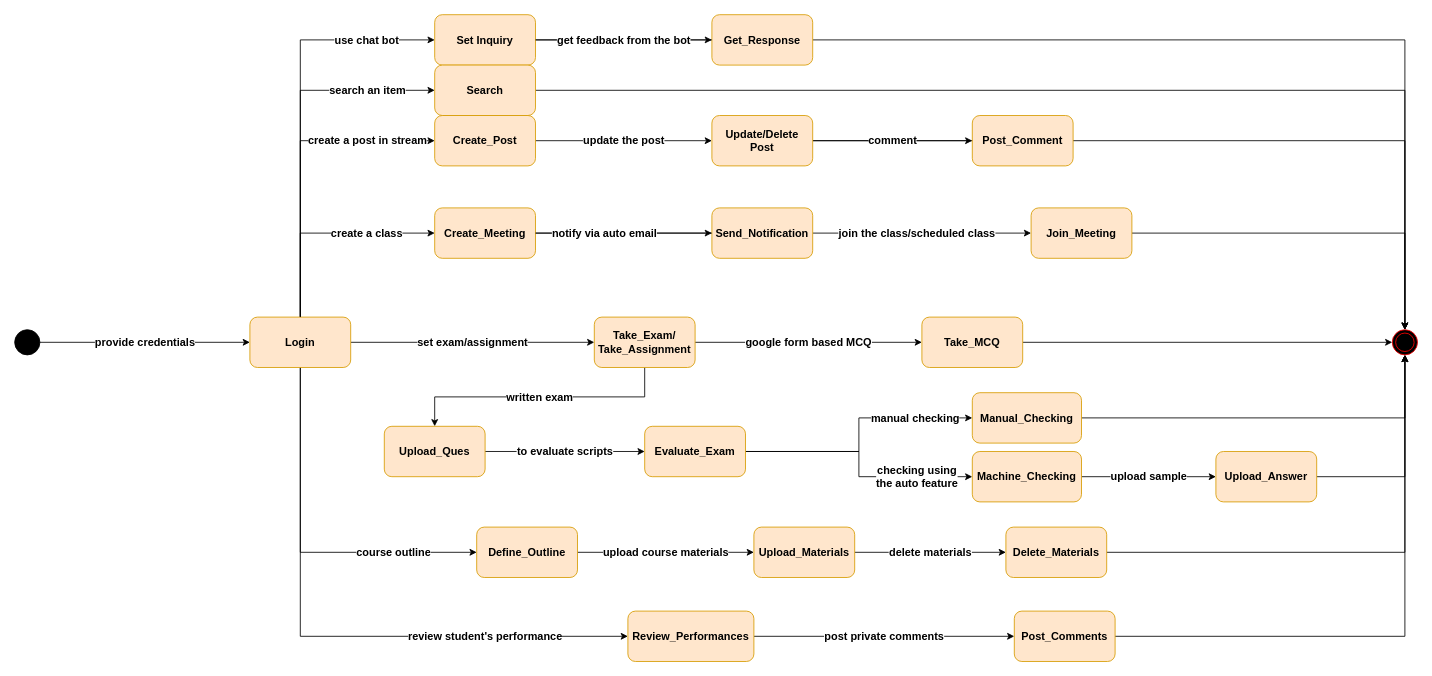
This is page "State-2 Teacher" (36 of 37) of Diagrams.drawio from shirrsho/E-shcool, a draw.io file, before an edit. Source tidied: cells renumbered, new cells numbered last; positions are measured from the earlier drawing's top-left corner, leaving out a move shared by most shapes. Both pictures are drawn from the tidied source at 84%, with x=0, y=0 at pixel (14, 14).
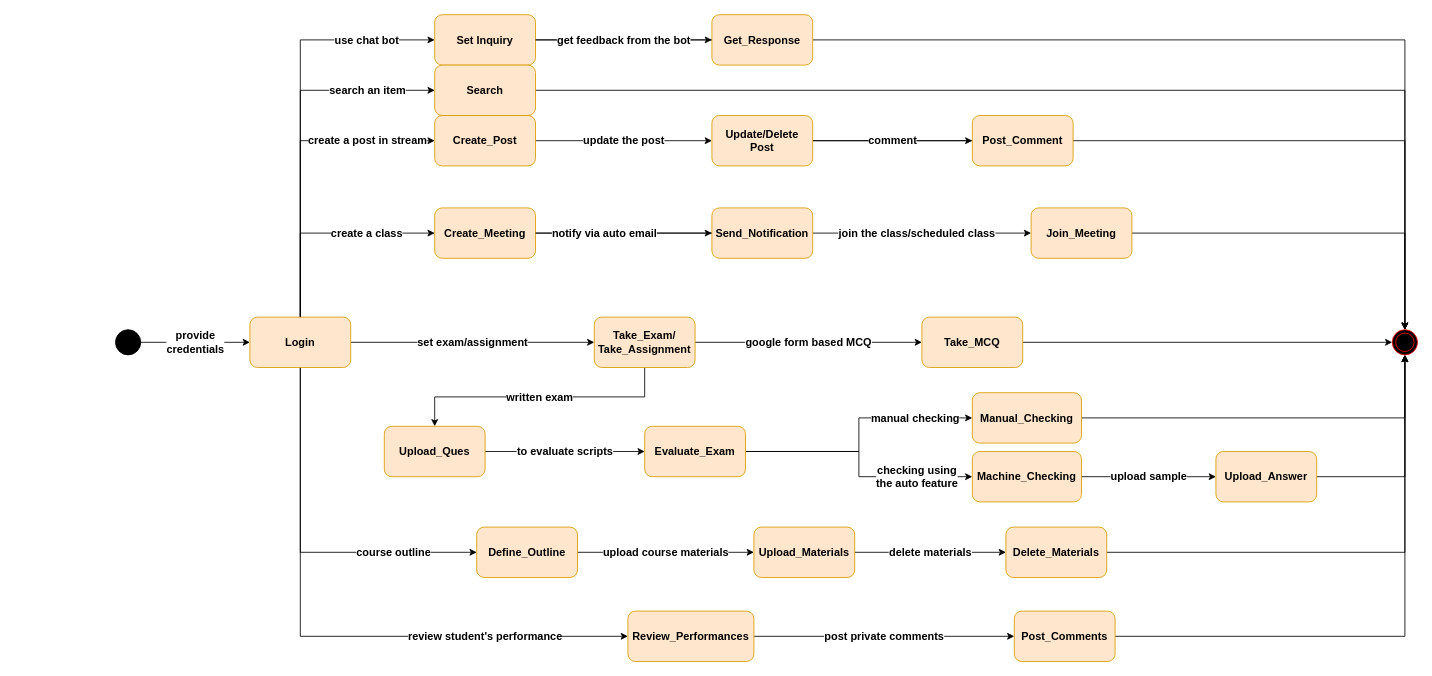
After the change.

Unchanged cells that the change refers to:
```xml
<mxCell id="10" value="Login" style="rounded=1;whiteSpace=wrap;html=1;dashed=0;fontSize=13;fontStyle=1;fillColor=#ffe6cc;strokeColor=#d79b00;" parent="1" vertex="1">
  <mxGeometry x="280" y="360" width="120" height="60" as="geometry" />
</mxCell>
```

What changed in the source:
```diff
@@
-    <mxCell id="2" value="provide credentials" style="edgeStyle=orthogonalEdgeStyle;rounded=0;jettySize=auto;html=1;fontSize=13;fontStyle=1;" parent="1" edge="1" source="3" target="10">
+    <mxCell id="2" value="provide&lt;br&gt;credentials" style="edgeStyle=orthogonalEdgeStyle;rounded=0;jettySize=auto;html=1;fontSize=13;fontStyle=1;" parent="1" edge="1" source="3" target="10">
       <mxGeometry relative="1" as="geometry" />
     </mxCell>
     <mxCell id="3" style="ellipse;shape=doubleEllipse;html=1;dashed=0;whitespace=wrap;fontSize=13;fontStyle=1;fillColor=#000000;" parent="1" vertex="1">
-      <mxGeometry y="375" width="30" height="30" as="geometry" />
+      <mxGeometry x="120" y="375" width="30" height="30" as="geometry" />
     </mxCell>
```
